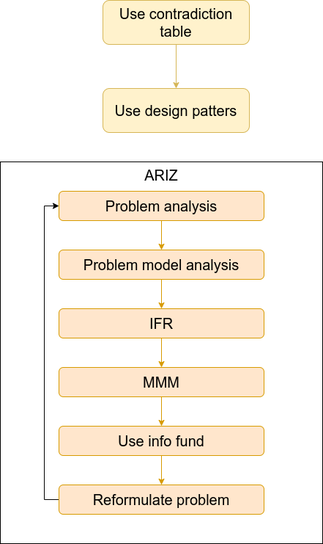
This is AI_Neurotechnologies_bla_bla_bla_course/TRIZ-ARIZ.png from max-talanov/1, a draw.io export, as it was before one commit. Source tidied: cells renumbered, new cells last; positions are measured from the earlier drawing's top-left corner, leaving out a move shared by most shapes. Its diagram source:
```xml
<mxGraphModel>
  <root>
    <mxCell id="0" />
    <mxCell id="1" parent="0" />
    <mxCell id="2" value="ARIZ" style="rounded=0;whiteSpace=wrap;html=1;fontSize=20;verticalAlign=top;" parent="1" vertex="1">
      <mxGeometry y="220" width="440" height="520" as="geometry" />
    </mxCell>
    <mxCell id="3" style="edgeStyle=orthogonalEdgeStyle;rounded=0;jettySize=auto;html=1;fontSize=20;fillColor=#ffe6cc;strokeColor=#d79b00;" parent="1" edge="1" source="12" target="18">
      <mxGeometry relative="1" as="geometry" />
    </mxCell>
    <mxCell id="4" style="edgeStyle=orthogonalEdgeStyle;rounded=0;jettySize=auto;html=1;fontSize=20;fillColor=#ffe6cc;strokeColor=#d79b00;" parent="1" edge="1" source="5" target="7">
      <mxGeometry relative="1" as="geometry" />
    </mxCell>
    <mxCell id="5" value="MMM" style="rounded=1;whiteSpace=wrap;html=1;fillColor=#ffe6cc;strokeColor=#d79b00;fontSize=20;" parent="1" vertex="1">
      <mxGeometry x="80" y="500" width="280" height="40" as="geometry" />
    </mxCell>
    <mxCell id="6" style="edgeStyle=orthogonalEdgeStyle;rounded=0;jettySize=auto;html=1;fontSize=20;fillColor=#ffe6cc;strokeColor=#d79b00;" parent="1" edge="1" source="7" target="9">
      <mxGeometry relative="1" as="geometry" />
    </mxCell>
    <mxCell id="7" value="Use info fund" style="rounded=1;whiteSpace=wrap;html=1;fillColor=#ffe6cc;strokeColor=#d79b00;fontSize=20;" parent="1" vertex="1">
      <mxGeometry x="80" y="580" width="280" height="40" as="geometry" />
    </mxCell>
    <mxCell id="8" style="edgeStyle=orthogonalEdgeStyle;rounded=0;jettySize=auto;html=1;entryX=0;entryY=0.5;entryDx=0;entryDy=0;fontSize=20;" parent="1" edge="1" source="9" target="14">
      <mxGeometry relative="1" as="geometry">
        <Array as="points">
          <mxPoint x="60" y="680" />
          <mxPoint x="60" y="280" />
        </Array>
      </mxGeometry>
    </mxCell>
    <mxCell id="9" value="Reformulate problem" style="rounded=1;whiteSpace=wrap;html=1;fillColor=#ffe6cc;strokeColor=#d79b00;fontSize=20;" parent="1" vertex="1">
      <mxGeometry x="80" y="660" width="280" height="40" as="geometry" />
    </mxCell>
    <mxCell id="10" value="1" parent="0" />
    <mxCell id="11" style="edgeStyle=orthogonalEdgeStyle;rounded=0;jettySize=auto;html=1;fontSize=20;fillColor=#fff2cc;strokeColor=#d6b656;" parent="10" edge="1" source="15" target="16">
      <mxGeometry relative="1" as="geometry" />
    </mxCell>
    <mxCell id="12" value="Problem model analysis" style="rounded=1;whiteSpace=wrap;html=1;fillColor=#ffe6cc;strokeColor=#d79b00;fontSize=20;" parent="10" vertex="1">
      <mxGeometry x="80" y="340" width="280" height="40" as="geometry" />
    </mxCell>
    <mxCell id="13" style="edgeStyle=orthogonalEdgeStyle;rounded=0;jettySize=auto;html=1;fontSize=20;fillColor=#ffe6cc;strokeColor=#d79b00;" parent="10" edge="1" source="14" target="12">
      <mxGeometry relative="1" as="geometry" />
    </mxCell>
    <mxCell id="14" value="Problem analysis" style="rounded=1;whiteSpace=wrap;html=1;fillColor=#ffe6cc;strokeColor=#d79b00;fontSize=20;" parent="10" vertex="1">
      <mxGeometry x="80" y="260" width="280" height="40" as="geometry" />
    </mxCell>
    <mxCell id="15" value="Use contradiction table" style="rounded=1;whiteSpace=wrap;html=1;fillColor=#fff2cc;strokeColor=#d6b656;fontSize=20;" parent="10" vertex="1">
      <mxGeometry x="140" width="200" height="60" as="geometry" />
    </mxCell>
    <mxCell id="16" value="Use design patters" style="rounded=1;whiteSpace=wrap;html=1;fillColor=#fff2cc;strokeColor=#d6b656;fontSize=20;" parent="10" vertex="1">
      <mxGeometry x="140" y="120" width="200" height="60" as="geometry" />
    </mxCell>
    <mxCell id="17" style="edgeStyle=orthogonalEdgeStyle;rounded=0;jettySize=auto;html=1;fontSize=20;fillColor=#ffe6cc;strokeColor=#d79b00;" parent="10" edge="1" source="18" target="5">
      <mxGeometry relative="1" as="geometry" />
    </mxCell>
    <mxCell id="18" value="IFR" style="rounded=1;whiteSpace=wrap;html=1;fillColor=#ffe6cc;strokeColor=#d79b00;fontSize=20;" parent="10" vertex="1">
      <mxGeometry x="80" y="420" width="280" height="40" as="geometry" />
    </mxCell>
  </root>
</mxGraphModel>
```
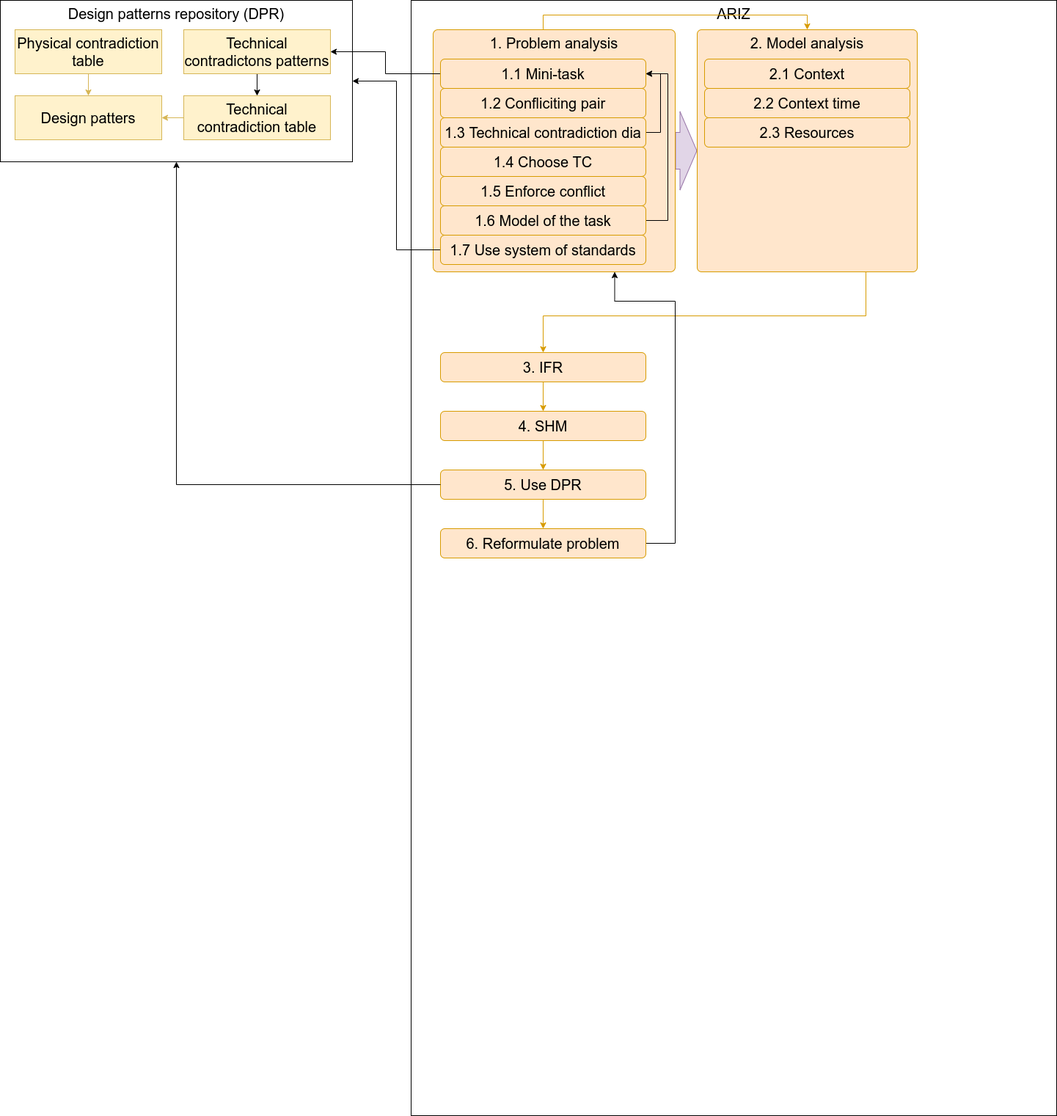
Later version of the same file.

Commit message:
decomposed step 2

Diff of the diagram source:
```diff
@@ -3,58 +3,142 @@
     <mxCell id="0" />
     <mxCell id="1" parent="0" />
     <mxCell id="2" value="ARIZ" style="rounded=0;whiteSpace=wrap;html=1;fontSize=20;verticalAlign=top;" parent="1" vertex="1">
-      <mxGeometry y="220" width="440" height="520" as="geometry" />
+      <mxGeometry x="40" y="220" width="880" height="1520" as="geometry" />
     </mxCell>
-    <mxCell id="3" style="edgeStyle=orthogonalEdgeStyle;rounded=0;jettySize=auto;html=1;fontSize=20;fillColor=#ffe6cc;strokeColor=#d79b00;" parent="1" edge="1" source="12" target="18">
-      <mxGeometry relative="1" as="geometry" />
+    <mxCell id="3" style="edgeStyle=orthogonalEdgeStyle;rounded=0;jettySize=auto;html=1;fontSize=20;fillColor=#ffe6cc;strokeColor=#d79b00;" parent="1" edge="1" source="37" target="18">
+      <mxGeometry relative="1" as="geometry">
+        <Array as="points">
+          <mxPoint x="660" y="650" />
+          <mxPoint x="220" y="650" />
+        </Array>
+      </mxGeometry>
     </mxCell>
     <mxCell id="4" style="edgeStyle=orthogonalEdgeStyle;rounded=0;jettySize=auto;html=1;fontSize=20;fillColor=#ffe6cc;strokeColor=#d79b00;" parent="1" edge="1" source="5" target="7">
       <mxGeometry relative="1" as="geometry" />
     </mxCell>
-    <mxCell id="5" value="MMM" style="rounded=1;whiteSpace=wrap;html=1;fillColor=#ffe6cc;strokeColor=#d79b00;fontSize=20;" parent="1" vertex="1">
-      <mxGeometry x="80" y="500" width="280" height="40" as="geometry" />
+    <mxCell id="5" value="4. SHM" style="rounded=1;whiteSpace=wrap;html=1;fillColor=#ffe6cc;strokeColor=#d79b00;fontSize=20;" parent="1" vertex="1">
+      <mxGeometry x="80" y="780" width="280" height="40" as="geometry" />
     </mxCell>
     <mxCell id="6" style="edgeStyle=orthogonalEdgeStyle;rounded=0;jettySize=auto;html=1;fontSize=20;fillColor=#ffe6cc;strokeColor=#d79b00;" parent="1" edge="1" source="7" target="9">
       <mxGeometry relative="1" as="geometry" />
     </mxCell>
-    <mxCell id="7" value="Use info fund" style="rounded=1;whiteSpace=wrap;html=1;fillColor=#ffe6cc;strokeColor=#d79b00;fontSize=20;" parent="1" vertex="1">
-      <mxGeometry x="80" y="580" width="280" height="40" as="geometry" />
+    <mxCell id="7" value="5. Use DPR" style="rounded=1;whiteSpace=wrap;html=1;fillColor=#ffe6cc;strokeColor=#d79b00;fontSize=20;" parent="1" vertex="1">
+      <mxGeometry x="80" y="860" width="280" height="40" as="geometry" />
     </mxCell>
-    <mxCell id="8" style="edgeStyle=orthogonalEdgeStyle;rounded=0;jettySize=auto;html=1;entryX=0;entryY=0.5;entryDx=0;entryDy=0;fontSize=20;" parent="1" edge="1" source="9" target="14">
+    <mxCell id="8" style="edgeStyle=orthogonalEdgeStyle;rounded=0;jettySize=auto;html=1;fontSize=20;entryX=0.75;entryY=1;entryDx=0;entryDy=0;" parent="1" edge="1" source="9" target="14">
       <mxGeometry relative="1" as="geometry">
         <Array as="points">
-          <mxPoint x="60" y="680" />
-          <mxPoint x="60" y="280" />
+          <mxPoint x="400" y="960" />
+          <mxPoint x="400" y="630" />
+          <mxPoint x="318" y="630" />
         </Array>
       </mxGeometry>
     </mxCell>
-    <mxCell id="9" value="Reformulate problem" style="rounded=1;whiteSpace=wrap;html=1;fillColor=#ffe6cc;strokeColor=#d79b00;fontSize=20;" parent="1" vertex="1">
-      <mxGeometry x="80" y="660" width="280" height="40" as="geometry" />
+    <mxCell id="9" value="6. Reformulate problem" style="rounded=1;whiteSpace=wrap;html=1;fillColor=#ffe6cc;strokeColor=#d79b00;fontSize=20;" parent="1" vertex="1">
+      <mxGeometry x="80" y="940" width="280" height="40" as="geometry" />
     </mxCell>
+    <mxCell id="19" value="Design patterns repository (DPR)" style="rounded=0;whiteSpace=wrap;html=1;fontSize=20;verticalAlign=top;" parent="1" vertex="1">
+      <mxGeometry x="-520" y="220" width="480" height="220" as="geometry" />
+    </mxCell>
+    <mxCell id="20" style="shape=flexArrow;endArrow=classic;html=1;rounded=0;endWidth=56;endSize=7.33;width=50;entryX=0;entryY=0.5;entryDx=0;entryDy=0;exitX=1;exitY=0.5;exitDx=0;exitDy=0;fillColor=#e1d5e7;strokeColor=#9673a6;" parent="1" edge="1" source="14" target="37">
+      <mxGeometry relative="1" as="geometry" />
+    </mxCell>
     <mxCell id="10" value="1" parent="0" />
     <mxCell id="11" style="edgeStyle=orthogonalEdgeStyle;rounded=0;jettySize=auto;html=1;fontSize=20;fillColor=#fff2cc;strokeColor=#d6b656;" parent="10" edge="1" source="15" target="16">
       <mxGeometry relative="1" as="geometry" />
     </mxCell>
-    <mxCell id="12" value="Problem model analysis" style="rounded=1;whiteSpace=wrap;html=1;fillColor=#ffe6cc;strokeColor=#d79b00;fontSize=20;" parent="10" vertex="1">
-      <mxGeometry x="80" y="340" width="280" height="40" as="geometry" />
-    </mxCell>
-    <mxCell id="13" style="edgeStyle=orthogonalEdgeStyle;rounded=0;jettySize=auto;html=1;fontSize=20;fillColor=#ffe6cc;strokeColor=#d79b00;" parent="10" edge="1" source="14" target="12">
-      <mxGeometry relative="1" as="geometry" />
+    <mxCell id="13" style="edgeStyle=orthogonalEdgeStyle;rounded=0;jettySize=auto;html=1;fontSize=20;fillColor=#ffe6cc;strokeColor=#d79b00;" parent="10" edge="1" source="14" target="37">
+      <mxGeometry relative="1" as="geometry">
+        <Array as="points">
+          <mxPoint x="220" y="240" />
+          <mxPoint x="580" y="240" />
+        </Array>
+      </mxGeometry>
     </mxCell>
-    <mxCell id="14" value="Problem analysis" style="rounded=1;whiteSpace=wrap;html=1;fillColor=#ffe6cc;strokeColor=#d79b00;fontSize=20;" parent="10" vertex="1">
-      <mxGeometry x="80" y="260" width="280" height="40" as="geometry" />
+    <mxCell id="14" value="1. Problem analysis" style="rounded=1;whiteSpace=wrap;html=1;fillColor=#ffe6cc;strokeColor=#d79b00;fontSize=20;arcSize=2;horizontal=1;verticalAlign=top;" parent="10" vertex="1">
+      <mxGeometry x="70" y="260" width="330" height="330" as="geometry" />
     </mxCell>
-    <mxCell id="15" value="Use contradiction table" style="rounded=1;whiteSpace=wrap;html=1;fillColor=#fff2cc;strokeColor=#d6b656;fontSize=20;" parent="10" vertex="1">
-      <mxGeometry x="140" width="200" height="60" as="geometry" />
+    <mxCell id="15" value="Technical contradiction table" style="rounded=1;whiteSpace=wrap;html=1;fillColor=#fff2cc;strokeColor=#d6b656;fontSize=20;arcSize=0;" parent="10" vertex="1">
+      <mxGeometry x="-270" y="350" width="200" height="60" as="geometry" />
     </mxCell>
-    <mxCell id="16" value="Use design patters" style="rounded=1;whiteSpace=wrap;html=1;fillColor=#fff2cc;strokeColor=#d6b656;fontSize=20;" parent="10" vertex="1">
-      <mxGeometry x="140" y="120" width="200" height="60" as="geometry" />
+    <mxCell id="16" value="Design patters" style="rounded=1;whiteSpace=wrap;html=1;fillColor=#fff2cc;strokeColor=#d6b656;fontSize=20;arcSize=0;" parent="10" vertex="1">
+      <mxGeometry x="-500" y="350" width="200" height="60" as="geometry" />
     </mxCell>
     <mxCell id="17" style="edgeStyle=orthogonalEdgeStyle;rounded=0;jettySize=auto;html=1;fontSize=20;fillColor=#ffe6cc;strokeColor=#d79b00;" parent="10" edge="1" source="18" target="5">
       <mxGeometry relative="1" as="geometry" />
     </mxCell>
-    <mxCell id="18" value="IFR" style="rounded=1;whiteSpace=wrap;html=1;fillColor=#ffe6cc;strokeColor=#d79b00;fontSize=20;" parent="10" vertex="1">
-      <mxGeometry x="80" y="420" width="280" height="40" as="geometry" />
+    <mxCell id="18" value="3. IFR" style="rounded=1;whiteSpace=wrap;html=1;fillColor=#ffe6cc;strokeColor=#d79b00;fontSize=20;" parent="10" vertex="1">
+      <mxGeometry x="80" y="700" width="280" height="40" as="geometry" />
     </mxCell>
+    <mxCell id="21" value="Physical contradiction table" style="rounded=1;whiteSpace=wrap;html=1;fillColor=#fff2cc;strokeColor=#d6b656;fontSize=20;arcSize=0;" parent="10" vertex="1">
+      <mxGeometry x="-500" y="260" width="200" height="60" as="geometry" />
+    </mxCell>
+    <mxCell id="22" style="edgeStyle=orthogonalEdgeStyle;rounded=0;jettySize=auto;html=1;exitX=0.5;exitY=1;exitDx=0;exitDy=0;fillColor=#fff2cc;strokeColor=#d6b656;" parent="10" edge="1" source="21" target="16">
+      <mxGeometry relative="1" as="geometry" />
+    </mxCell>
+    <mxCell id="23" style="edgeStyle=orthogonalEdgeStyle;rounded=0;jettySize=auto;html=1;" parent="10" edge="1" source="7" target="19">
+      <mxGeometry relative="1" as="geometry" />
+    </mxCell>
+    <mxCell id="24" style="edgeStyle=orthogonalEdgeStyle;rounded=0;jettySize=auto;html=1;" parent="10" edge="1" source="25" target="28">
+      <mxGeometry relative="1" as="geometry" />
+    </mxCell>
+    <mxCell id="25" value="1.1 Mini-task" style="rounded=1;whiteSpace=wrap;html=1;fillColor=#ffe6cc;strokeColor=#d79b00;fontSize=20;" parent="10" vertex="1">
+      <mxGeometry x="80" y="300" width="280" height="40" as="geometry" />
+    </mxCell>
+    <mxCell id="26" value="1.2 Confliciting pair" style="rounded=1;whiteSpace=wrap;html=1;fillColor=#ffe6cc;strokeColor=#d79b00;fontSize=20;" parent="10" vertex="1">
+      <mxGeometry x="80" y="340" width="280" height="40" as="geometry" />
+    </mxCell>
+    <mxCell id="27" style="edgeStyle=orthogonalEdgeStyle;rounded=0;jettySize=auto;html=1;" parent="10" edge="1" source="28" target="15">
+      <mxGeometry relative="1" as="geometry" />
+    </mxCell>
+    <mxCell id="28" value="Technical contradictons patterns" style="rounded=1;whiteSpace=wrap;html=1;fillColor=#fff2cc;strokeColor=#d6b656;fontSize=20;arcSize=0;" parent="10" vertex="1">
+      <mxGeometry x="-270" y="260" width="200" height="60" as="geometry" />
+    </mxCell>
+    <mxCell id="29" style="edgeStyle=orthogonalEdgeStyle;rounded=0;jettySize=auto;html=1;entryX=1;entryY=0.5;entryDx=0;entryDy=0;" parent="10" edge="1" source="30" target="25">
+      <mxGeometry relative="1" as="geometry">
+        <Array as="points">
+          <mxPoint x="380" y="400" />
+          <mxPoint x="380" y="320" />
+        </Array>
+      </mxGeometry>
+    </mxCell>
+    <mxCell id="30" value="1.3 Technical contradiction dia" style="rounded=1;whiteSpace=wrap;html=1;fillColor=#ffe6cc;strokeColor=#d79b00;fontSize=20;" parent="10" vertex="1">
+      <mxGeometry x="80" y="380" width="280" height="40" as="geometry" />
+    </mxCell>
+    <mxCell id="31" value="1.4 Choose TC" style="rounded=1;whiteSpace=wrap;html=1;fillColor=#ffe6cc;strokeColor=#d79b00;fontSize=20;" parent="10" vertex="1">
+      <mxGeometry x="80" y="420" width="280" height="40" as="geometry" />
+    </mxCell>
+    <mxCell id="32" value="1.5 Enforce conflict" style="rounded=1;whiteSpace=wrap;html=1;fillColor=#ffe6cc;strokeColor=#d79b00;fontSize=20;" parent="10" vertex="1">
+      <mxGeometry x="80" y="460" width="280" height="40" as="geometry" />
+    </mxCell>
+    <mxCell id="33" style="edgeStyle=orthogonalEdgeStyle;rounded=0;jettySize=auto;html=1;entryX=1;entryY=0.5;entryDx=0;entryDy=0;" parent="10" edge="1" source="34" target="25">
+      <mxGeometry relative="1" as="geometry">
+        <Array as="points">
+          <mxPoint x="390" y="520" />
+          <mxPoint x="390" y="320" />
+        </Array>
+      </mxGeometry>
+    </mxCell>
+    <mxCell id="34" value="1.6 Model of the task" style="rounded=1;whiteSpace=wrap;html=1;fillColor=#ffe6cc;strokeColor=#d79b00;fontSize=20;" parent="10" vertex="1">
+      <mxGeometry x="80" y="500" width="280" height="40" as="geometry" />
+    </mxCell>
+    <mxCell id="35" style="edgeStyle=orthogonalEdgeStyle;rounded=0;jettySize=auto;html=1;entryX=1;entryY=0.5;entryDx=0;entryDy=0;" parent="10" edge="1" source="36" target="19">
+      <mxGeometry relative="1" as="geometry" />
+    </mxCell>
+    <mxCell id="36" value="1.7 Use system of standards" style="rounded=1;whiteSpace=wrap;html=1;fillColor=#ffe6cc;strokeColor=#d79b00;fontSize=20;" parent="10" vertex="1">
+      <mxGeometry x="80" y="540" width="280" height="40" as="geometry" />
+    </mxCell>
+    <mxCell id="37" value="2. Model analysis" style="rounded=1;whiteSpace=wrap;html=1;fillColor=#ffe6cc;strokeColor=#d79b00;fontSize=20;arcSize=2;horizontal=1;verticalAlign=top;" parent="10" vertex="1">
+      <mxGeometry x="430" y="260" width="300" height="330" as="geometry" />
+    </mxCell>
+    <mxCell id="38" value="2.1 Context" style="rounded=1;whiteSpace=wrap;html=1;fillColor=#ffe6cc;strokeColor=#d79b00;fontSize=20;" parent="10" vertex="1">
+      <mxGeometry x="440" y="300" width="280" height="40" as="geometry" />
+    </mxCell>
+    <mxCell id="39" value="2.3 Resources" style="rounded=1;whiteSpace=wrap;html=1;fillColor=#ffe6cc;strokeColor=#d79b00;fontSize=20;" parent="10" vertex="1">
+      <mxGeometry x="440" y="380" width="280" height="40" as="geometry" />
+    </mxCell>
+    <mxCell id="40" value="2.2 Context time" style="rounded=1;whiteSpace=wrap;html=1;fillColor=#ffe6cc;strokeColor=#d79b00;fontSize=20;" parent="10" vertex="1">
+      <mxGeometry x="440" y="340" width="280" height="40" as="geometry" />
+    </mxCell>
   </root>
 </mxGraphModel>
```
